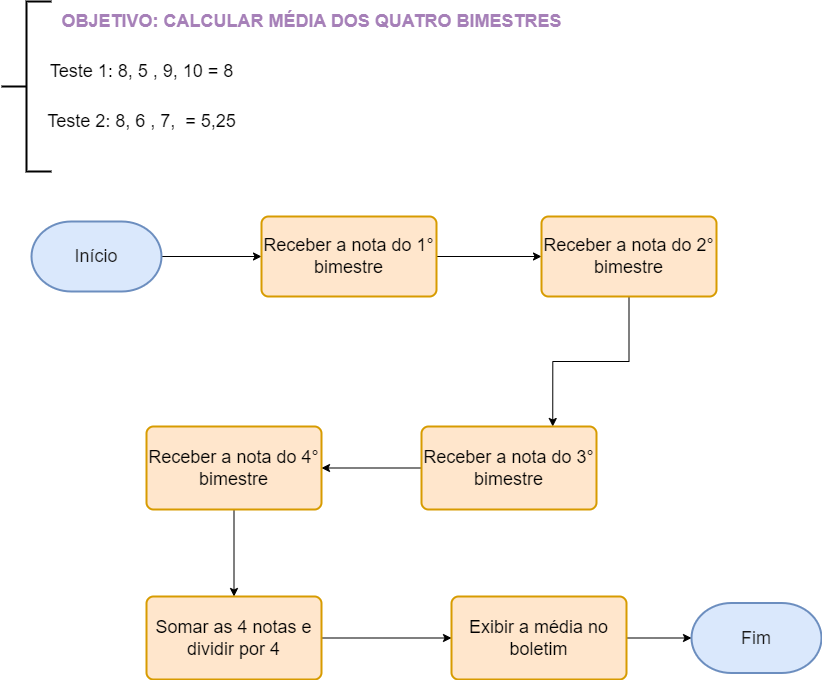
Andresa43/Fluxogramas keeps this draw.io diagram as Fluxograma - calcular media dos quatro bimestres.drawio.png. Above is the earlier version. Source tidied: cells renumbered, new cells last; positions are measured from the earlier drawing's top-left corner, leaving out a move shared by most shapes.
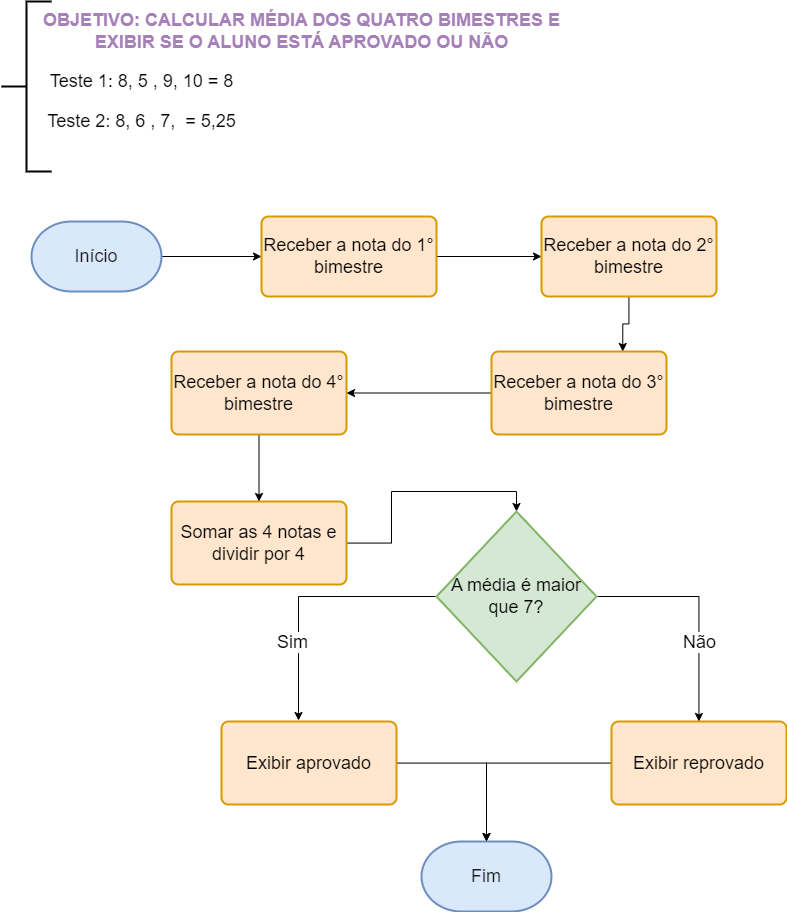
The same file after the commit.

What changed in the source:
```diff
@@ -5,8 +5,8 @@
     <mxCell id="2" style="strokeWidth=2;html=1;shape=mxgraph.flowchart.annotation_2;align=left;labelPosition=right;" parent="1" vertex="1">
       <mxGeometry width="50" height="170" as="geometry" />
     </mxCell>
-    <mxCell id="3" value="&lt;font color=&quot;#a680b8&quot; style=&quot;font-size: 18px;&quot;&gt;&lt;b&gt;OBJETIVO: CALCULAR MÉDIA DOS QUATRO BIMESTRES&lt;/b&gt;&lt;/font&gt;" style="text;html=1;align=center;verticalAlign=middle;strokeColor=none;fillColor=none;" parent="1" vertex="1">
-      <mxGeometry x="50" width="520" height="40" as="geometry" />
+    <mxCell id="3" value="&lt;font color=&quot;#a680b8&quot; style=&quot;font-size: 18px;&quot;&gt;&lt;b&gt;OBJETIVO: CALCULAR MÉDIA DOS QUATRO BIMESTRES E &lt;br&gt;EXIBIR SE O ALUNO ESTÁ APROVADO OU NÃO&lt;/b&gt;&lt;/font&gt;" style="text;html=1;align=center;verticalAlign=middle;strokeColor=none;fillColor=none;" parent="1" vertex="1">
+      <mxGeometry x="30" width="540" height="60" as="geometry" />
     </mxCell>
     <mxCell id="4" style="edgeStyle=orthogonalEdgeStyle;rounded=0;jettySize=auto;html=1;" parent="1" edge="1" source="5" target="7">
       <mxGeometry relative="1" as="geometry" />
@@ -30,34 +30,59 @@
       <mxGeometry relative="1" as="geometry" />
     </mxCell>
     <mxCell id="11" value="Receber a nota do 3° bimestre" style="rounded=1;whiteSpace=wrap;html=1;absoluteArcSize=1;arcSize=14;strokeWidth=2;fontSize=18;fillColor=#ffe6cc;strokeColor=#d79b00;" parent="1" vertex="1">
-      <mxGeometry x="420" y="425" width="175" height="83" as="geometry" />
+      <mxGeometry x="490" y="350" width="175" height="83" as="geometry" />
     </mxCell>
     <mxCell id="12" style="edgeStyle=orthogonalEdgeStyle;rounded=0;jettySize=auto;html=1;" parent="1" edge="1" source="13" target="15">
       <mxGeometry relative="1" as="geometry" />
     </mxCell>
     <mxCell id="13" value="Receber a nota do 4° bimestre" style="rounded=1;whiteSpace=wrap;html=1;absoluteArcSize=1;arcSize=14;strokeWidth=2;fontSize=18;fillColor=#ffe6cc;strokeColor=#d79b00;" parent="1" vertex="1">
-      <mxGeometry x="145" y="425" width="175" height="83" as="geometry" />
+      <mxGeometry x="170" y="350" width="175" height="83" as="geometry" />
     </mxCell>
-    <mxCell id="14" style="edgeStyle=orthogonalEdgeStyle;rounded=0;jettySize=auto;html=1;" parent="1" edge="1" source="15" target="17">
-      <mxGeometry relative="1" as="geometry" />
-    </mxCell>
+    <mxCell id="21" style="edgeStyle=orthogonalEdgeStyle;rounded=0;jettySize=auto;html=1;entryX=0.5;entryY=0;entryDx=0;entryDy=0;entryPerimeter=0;fontSize=18;" parent="1" edge="1" source="15" target="26">
+      <mxGeometry relative="1" as="geometry" />
+    </mxCell>
     <mxCell id="15" value="Somar as 4 notas e dividir por 4" style="rounded=1;whiteSpace=wrap;html=1;absoluteArcSize=1;arcSize=14;strokeWidth=2;fontSize=18;fillColor=#ffe6cc;strokeColor=#d79b00;" parent="1" vertex="1">
-      <mxGeometry x="145" y="595" width="175" height="83" as="geometry" />
+      <mxGeometry x="170" y="500" width="175" height="83" as="geometry" />
     </mxCell>
-    <mxCell id="16" style="edgeStyle=orthogonalEdgeStyle;rounded=0;jettySize=auto;html=1;" parent="1" edge="1" source="17" target="18">
+    <mxCell id="16" style="edgeStyle=orthogonalEdgeStyle;rounded=0;jettySize=auto;html=1;fontSize=18;" parent="1" edge="1" source="17" target="18">
       <mxGeometry relative="1" as="geometry" />
     </mxCell>
-    <mxCell id="17" value="Exibir a média no boletim" style="rounded=1;whiteSpace=wrap;html=1;absoluteArcSize=1;arcSize=14;strokeWidth=2;fontSize=18;fillColor=#ffe6cc;strokeColor=#d79b00;" parent="1" vertex="1">
-      <mxGeometry x="450" y="595" width="175" height="83" as="geometry" />
+    <mxCell id="17" value="Exibir aprovado" style="rounded=1;whiteSpace=wrap;html=1;absoluteArcSize=1;arcSize=14;strokeWidth=2;fontSize=18;fillColor=#ffe6cc;strokeColor=#d79b00;" parent="1" vertex="1">
+      <mxGeometry x="220" y="720" width="175" height="83" as="geometry" />
     </mxCell>
     <mxCell id="18" value="&lt;font color=&quot;#1a1a1a&quot;&gt;Fim&lt;/font&gt;" style="strokeWidth=2;html=1;shape=mxgraph.flowchart.terminator;whiteSpace=wrap;fontSize=18;fillColor=#dae8fc;strokeColor=#6c8ebf;" parent="1" vertex="1">
-      <mxGeometry x="690" y="601.5" width="130" height="70" as="geometry" />
+      <mxGeometry x="420" y="840" width="130" height="70" as="geometry" />
     </mxCell>
     <mxCell id="19" value="&lt;font style=&quot;font-size: 18px;&quot;&gt;Teste 1: 8, 5 , 9, 10 = 8&lt;/font&gt;" style="text;html=1;align=center;verticalAlign=middle;strokeColor=none;fillColor=none;" parent="1" vertex="1">
-      <mxGeometry x="35" y="50" width="210" height="40" as="geometry" />
+      <mxGeometry x="35" y="60" width="210" height="40" as="geometry" />
     </mxCell>
     <mxCell id="20" value="Teste 2: 8, 6 , 7,&amp;nbsp; = 5,25" style="text;html=1;align=center;verticalAlign=middle;strokeColor=none;fillColor=none;fontSize=18;" parent="1" vertex="1">
       <mxGeometry x="35" y="100" width="210" height="40" as="geometry" />
     </mxCell>
+    <mxCell id="22" style="edgeStyle=orthogonalEdgeStyle;rounded=0;jettySize=auto;html=1;entryX=0.44;entryY=-0.012;entryDx=0;entryDy=0;entryPerimeter=0;fontSize=18;" parent="1" edge="1" source="26" target="17">
+      <mxGeometry relative="1" as="geometry" />
+    </mxCell>
+    <mxCell id="23" value="Sim" style="edgeLabel;html=1;align=center;verticalAlign=middle;fontSize=18;" parent="22" vertex="1">
+      <mxGeometry x="0.31" y="1" relative="1" as="geometry">
+        <mxPoint x="-8" y="12" as="offset" />
+      </mxGeometry>
+    </mxCell>
+    <mxCell id="24" style="edgeStyle=orthogonalEdgeStyle;rounded=0;jettySize=auto;html=1;exitX=1;exitY=0.5;exitDx=0;exitDy=0;exitPerimeter=0;fontSize=18;" parent="1" edge="1" source="26" target="28">
+      <mxGeometry relative="1" as="geometry" />
+    </mxCell>
+    <mxCell id="25" value="Não" style="edgeLabel;html=1;align=center;verticalAlign=middle;fontSize=18;rotation=0;" parent="24" vertex="1">
+      <mxGeometry x="0.2" y="-1" relative="1" as="geometry">
+        <mxPoint x="1" y="11" as="offset" />
+      </mxGeometry>
+    </mxCell>
+    <mxCell id="26" value="&lt;font style=&quot;font-size: 18px;&quot;&gt;A média é maior que 7?&lt;/font&gt;" style="strokeWidth=2;html=1;shape=mxgraph.flowchart.decision;whiteSpace=wrap;fillColor=#d5e8d4;strokeColor=#82b366;" parent="1" vertex="1">
+      <mxGeometry x="435" y="510" width="160" height="170" as="geometry" />
+    </mxCell>
+    <mxCell id="27" style="edgeStyle=orthogonalEdgeStyle;rounded=0;jettySize=auto;html=1;entryX=0.5;entryY=0;entryDx=0;entryDy=0;entryPerimeter=0;fontSize=18;" parent="1" edge="1" source="28" target="18">
+      <mxGeometry relative="1" as="geometry" />
+    </mxCell>
+    <mxCell id="28" value="Exibir reprovado" style="rounded=1;whiteSpace=wrap;html=1;absoluteArcSize=1;arcSize=14;strokeWidth=2;fontSize=18;fillColor=#ffe6cc;strokeColor=#d79b00;" parent="1" vertex="1">
+      <mxGeometry x="610" y="720" width="175" height="83" as="geometry" />
+    </mxCell>
   </root>
 </mxGraphModel>
```
